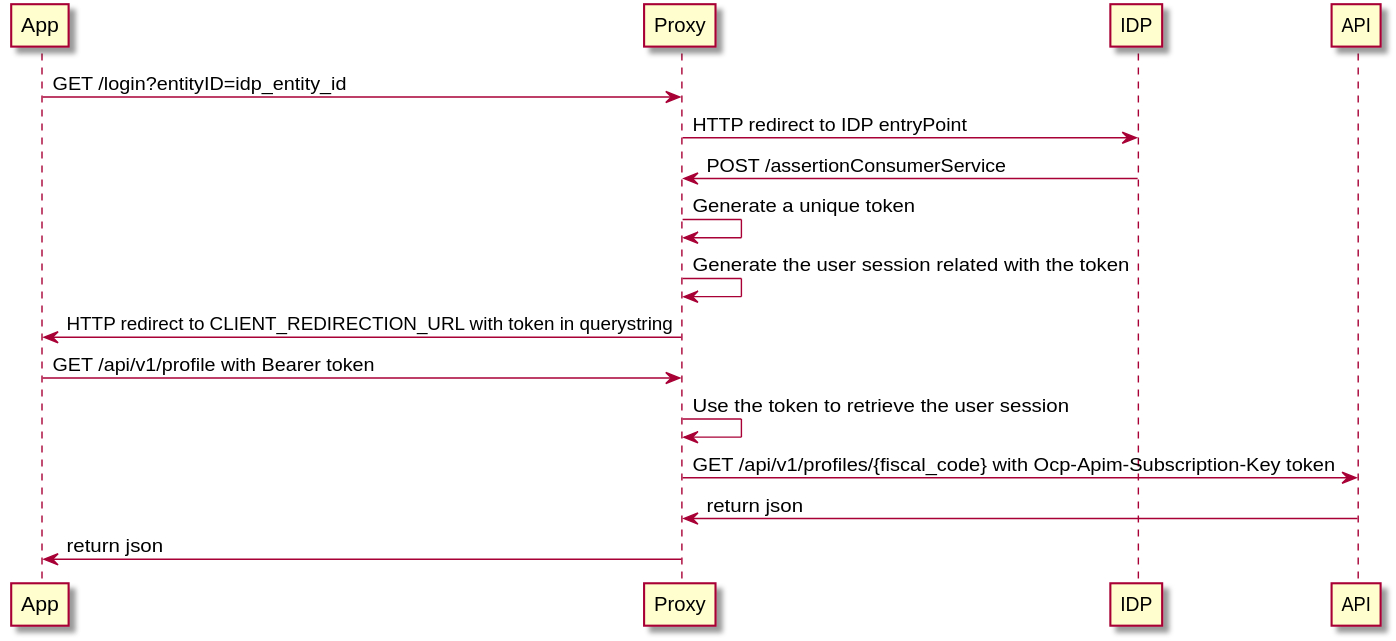
This is doc/images/authentication_process.svg from pagopa/io-backend, a PlantUML export, as it was before one commit. The source it was exported from:
```plantuml
@startuml
App -> Proxy: GET /login?entityID=idp_entity_id

Proxy -> IDP: HTTP redirect to IDP entryPoint

IDP -> Proxy: POST /assertionConsumerService

Proxy -> Proxy: Generate a unique token

Proxy -> Proxy: Generate the user session related with the token

Proxy -> App: HTTP redirect to CLIENT_REDIRECTION_URL with token in querystring

App -> Proxy: GET /api/v1/profile with Bearer token

Proxy -> Proxy: Use the token to retrieve the user session

Proxy -> API: GET /api/v1/profiles/{fiscal_code} with Ocp-Apim-Subscription-Key token

API -> Proxy: return json

Proxy -> App: return json
@enduml
```
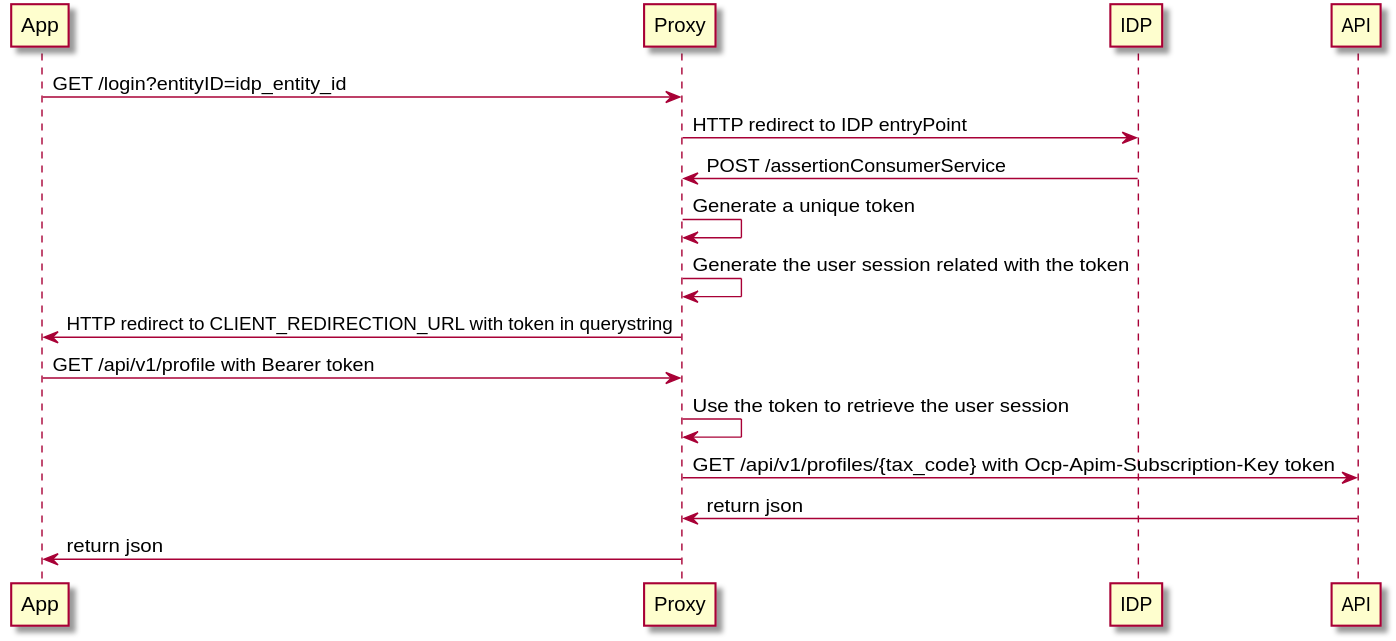
After the change.

The edit, as a diff of the source:
```diff
@@ -15,7 +15,7 @@
 
 Proxy -> Proxy: Use the token to retrieve the user session
 
-Proxy -> API: GET /api/v1/profiles/{fiscal_code} with Ocp-Apim-Subscription-Key token
+Proxy -> API: GET /api/v1/profiles/{tax_code} with Ocp-Apim-Subscription-Key token
 
 API -> Proxy: return json
 
```
